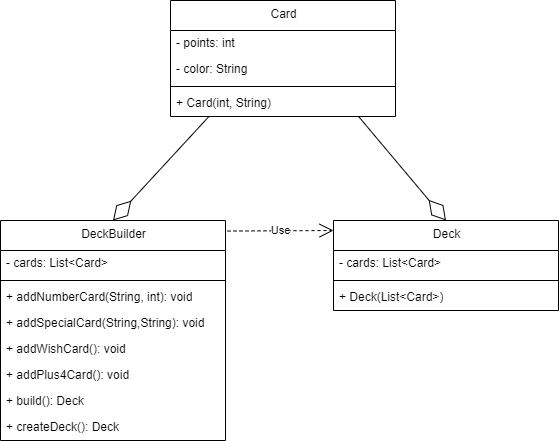
Earlier version of the draw.io export assets/BuilderMuster.drawio.png (willizielke/ASE-UnoGame). Source tidied: cells renumbered, new cells last; positions are measured from the earlier drawing's top-left corner, leaving out a move shared by most shapes.
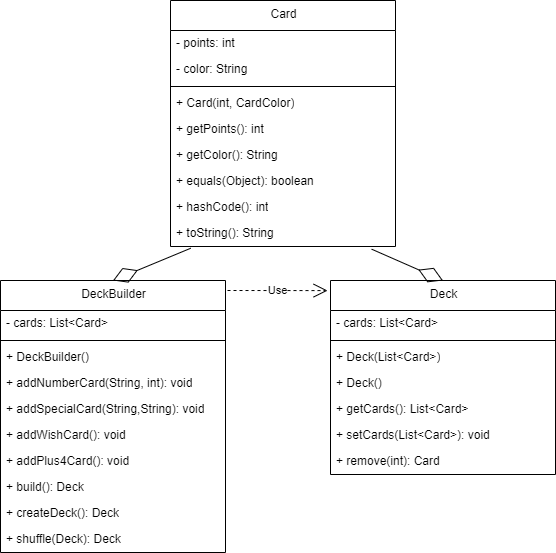
Later version of the same file.

Commit message:
Builder-uml

Change to the diagram source:
```diff
@@ -3,7 +3,7 @@
     <mxCell id="0" />
     <mxCell id="1" parent="0" />
     <mxCell id="2" value="DeckBuilder" style="swimlane;fontStyle=0;align=center;verticalAlign=top;horizontal=1;startSize=30;html=1;" parent="1" vertex="1">
-      <mxGeometry y="220" width="225" height="220" as="geometry" />
+      <mxGeometry x="70" y="210" width="225" height="272" as="geometry" />
     </mxCell>
     <mxCell id="3" value="- cards: List&amp;lt;Card&amp;gt;" style="text;html=1;strokeColor=none;fillColor=none;align=left;verticalAlign=middle;spacingLeft=4;spacingRight=4;overflow=hidden;" parent="2" vertex="1">
       <mxGeometry y="30" width="225" height="26" as="geometry" />
@@ -11,26 +11,32 @@
     <mxCell id="4" style="line;strokeWidth=1;fillColor=none;align=left;verticalAlign=middle;spacingTop=-1;spacingLeft=3;spacingRight=3;labelPosition=right;" parent="2" vertex="1">
       <mxGeometry y="56" width="225" height="8" as="geometry" />
     </mxCell>
+    <mxCell id="23" value="+ DeckBuilder()" style="text;html=1;strokeColor=none;fillColor=none;align=left;verticalAlign=middle;spacingLeft=4;spacingRight=4;overflow=hidden;" parent="2" vertex="1">
+      <mxGeometry y="64" width="225" height="26" as="geometry" />
+    </mxCell>
     <mxCell id="5" value="+ addNumberCard(String, int): void" style="text;html=1;strokeColor=none;fillColor=none;align=left;verticalAlign=middle;spacingLeft=4;spacingRight=4;overflow=hidden;" parent="2" vertex="1">
-      <mxGeometry y="64" width="225" height="26" as="geometry" />
+      <mxGeometry y="90" width="225" height="26" as="geometry" />
     </mxCell>
     <mxCell id="6" value="+ addSpecialCard(String,String): void" style="text;html=1;strokeColor=none;fillColor=none;align=left;verticalAlign=middle;spacingLeft=4;spacingRight=4;overflow=hidden;" parent="2" vertex="1">
-      <mxGeometry y="90" width="225" height="26" as="geometry" />
+      <mxGeometry y="116" width="225" height="26" as="geometry" />
     </mxCell>
     <mxCell id="7" value="+ addWishCard(): void" style="text;html=1;strokeColor=none;fillColor=none;align=left;verticalAlign=middle;spacingLeft=4;spacingRight=4;overflow=hidden;" parent="2" vertex="1">
-      <mxGeometry y="116" width="225" height="26" as="geometry" />
+      <mxGeometry y="142" width="225" height="26" as="geometry" />
     </mxCell>
     <mxCell id="8" value="+ addPlus4Card(): void" style="text;html=1;strokeColor=none;fillColor=none;align=left;verticalAlign=middle;spacingLeft=4;spacingRight=4;overflow=hidden;" parent="2" vertex="1">
-      <mxGeometry y="142" width="225" height="26" as="geometry" />
+      <mxGeometry y="168" width="225" height="26" as="geometry" />
     </mxCell>
     <mxCell id="9" value="+ build(): Deck" style="text;html=1;strokeColor=none;fillColor=none;align=left;verticalAlign=middle;spacingLeft=4;spacingRight=4;overflow=hidden;" parent="2" vertex="1">
-      <mxGeometry y="168" width="225" height="26" as="geometry" />
+      <mxGeometry y="194" width="225" height="26" as="geometry" />
     </mxCell>
     <mxCell id="10" value="+ createDeck(): Deck" style="text;html=1;strokeColor=none;fillColor=none;align=left;verticalAlign=middle;spacingLeft=4;spacingRight=4;overflow=hidden;" parent="2" vertex="1">
-      <mxGeometry y="194" width="225" height="26" as="geometry" />
+      <mxGeometry y="220" width="225" height="26" as="geometry" />
     </mxCell>
+    <mxCell id="24" value="+ shuffle(Deck): Deck" style="text;html=1;strokeColor=none;fillColor=none;align=left;verticalAlign=middle;spacingLeft=4;spacingRight=4;overflow=hidden;" parent="2" vertex="1">
+      <mxGeometry y="246" width="225" height="26" as="geometry" />
+    </mxCell>
     <mxCell id="11" value="Deck" style="swimlane;fontStyle=0;align=center;verticalAlign=top;horizontal=1;startSize=30;html=1;" parent="1" vertex="1">
-      <mxGeometry x="333" y="220" width="225" height="90" as="geometry" />
+      <mxGeometry x="400" y="210" width="225" height="194" as="geometry" />
     </mxCell>
     <mxCell id="12" value="- cards: List&amp;lt;Card&amp;gt;" style="text;html=1;strokeColor=none;fillColor=none;align=left;verticalAlign=middle;spacingLeft=4;spacingRight=4;overflow=hidden;" parent="11" vertex="1">
       <mxGeometry y="30" width="225" height="26" as="geometry" />
@@ -41,8 +47,20 @@
     <mxCell id="14" value="+ Deck(List&amp;lt;Card&amp;gt;)" style="text;html=1;strokeColor=none;fillColor=none;align=left;verticalAlign=middle;spacingLeft=4;spacingRight=4;overflow=hidden;" parent="11" vertex="1">
       <mxGeometry y="64" width="225" height="26" as="geometry" />
     </mxCell>
+    <mxCell id="25" value="+ Deck()" style="text;html=1;strokeColor=none;fillColor=none;align=left;verticalAlign=middle;spacingLeft=4;spacingRight=4;overflow=hidden;" parent="11" vertex="1">
+      <mxGeometry y="90" width="225" height="26" as="geometry" />
+    </mxCell>
+    <mxCell id="26" value="+ getCards(): List&amp;lt;Card&amp;gt;" style="text;html=1;strokeColor=none;fillColor=none;align=left;verticalAlign=middle;spacingLeft=4;spacingRight=4;overflow=hidden;" parent="11" vertex="1">
+      <mxGeometry y="116" width="225" height="26" as="geometry" />
+    </mxCell>
+    <mxCell id="27" value="+ setCards(List&amp;lt;Card&amp;gt;): void" style="text;html=1;strokeColor=none;fillColor=none;align=left;verticalAlign=middle;spacingLeft=4;spacingRight=4;overflow=hidden;" parent="11" vertex="1">
+      <mxGeometry y="142" width="225" height="26" as="geometry" />
+    </mxCell>
+    <mxCell id="28" value="+ remove(int): Card" style="text;html=1;strokeColor=none;fillColor=none;align=left;verticalAlign=middle;spacingLeft=4;spacingRight=4;overflow=hidden;" parent="11" vertex="1">
+      <mxGeometry y="168" width="225" height="26" as="geometry" />
+    </mxCell>
     <mxCell id="15" value="Card" style="swimlane;fontStyle=0;align=center;verticalAlign=top;horizontal=1;startSize=30;html=1;" parent="1" vertex="1">
-      <mxGeometry x="170" width="225" height="116" as="geometry" />
+      <mxGeometry x="240" y="-70" width="225" height="246" as="geometry" />
     </mxCell>
     <mxCell id="16" value="- points: int" style="text;html=1;strokeColor=none;fillColor=none;align=left;verticalAlign=middle;spacingLeft=4;spacingRight=4;overflow=hidden;" parent="15" vertex="1">
       <mxGeometry y="30" width="225" height="26" as="geometry" />
@@ -53,17 +71,34 @@
     <mxCell id="18" style="line;strokeWidth=1;fillColor=none;align=left;verticalAlign=middle;spacingTop=-1;spacingLeft=3;spacingRight=3;labelPosition=right;" parent="15" vertex="1">
       <mxGeometry y="82" width="225" height="8" as="geometry" />
     </mxCell>
-    <mxCell id="19" value="+ Card(int, String)" style="text;html=1;strokeColor=none;fillColor=none;align=left;verticalAlign=middle;spacingLeft=4;spacingRight=4;overflow=hidden;points=[[0,0.5],[1,0.5]];portConstraint=eastwest;" parent="15" vertex="1">
+    <mxCell id="19" value="+ Card(int, CardColor)" style="text;html=1;strokeColor=none;fillColor=none;align=left;verticalAlign=middle;spacingLeft=4;spacingRight=4;overflow=hidden;points=[[0,0.5],[1,0.5]];portConstraint=eastwest;" parent="15" vertex="1">
       <mxGeometry y="90" width="225" height="26" as="geometry" />
     </mxCell>
+    <mxCell id="29" value="+ getPoints(): int" style="text;html=1;strokeColor=none;fillColor=none;align=left;verticalAlign=middle;spacingLeft=4;spacingRight=4;overflow=hidden;" parent="15" vertex="1">
+      <mxGeometry y="116" width="225" height="26" as="geometry" />
+    </mxCell>
+    <mxCell id="30" value="+ getColor(): String" style="text;html=1;strokeColor=none;fillColor=none;align=left;verticalAlign=middle;spacingLeft=4;spacingRight=4;overflow=hidden;" parent="15" vertex="1">
+      <mxGeometry y="142" width="225" height="26" as="geometry" />
+    </mxCell>
+    <mxCell id="31" value="+ equals(Object): boolean" style="text;html=1;strokeColor=none;fillColor=none;align=left;verticalAlign=middle;spacingLeft=4;spacingRight=4;overflow=hidden;" parent="15" vertex="1">
+      <mxGeometry y="168" width="225" height="26" as="geometry" />
+    </mxCell>
+    <mxCell id="32" value="+ hashCode(): int" style="text;html=1;strokeColor=none;fillColor=none;align=left;verticalAlign=middle;spacingLeft=4;spacingRight=4;overflow=hidden;" parent="15" vertex="1">
+      <mxGeometry y="194" width="225" height="26" as="geometry" />
+    </mxCell>
+    <mxCell id="33" value="+ toString(): String" style="text;html=1;strokeColor=none;fillColor=none;align=left;verticalAlign=middle;spacingLeft=4;spacingRight=4;overflow=hidden;points=[[0,0.5],[1,0.5]];portConstraint=eastwest;" parent="15" vertex="1">
+      <mxGeometry y="220" width="225" height="26" as="geometry" />
+    </mxCell>
-    <mxCell id="20" style="endArrow=diamondThin;endFill=0;endSize=24;html=1;rounded=0;entryX=0.5;entryY=0;entryDx=0;entryDy=0;exitX=0.836;exitY=1.002;exitDx=0;exitDy=0;exitPerimeter=0;" parent="1" edge="1" source="19" target="11">
+    <mxCell id="20" style="endArrow=diamondThin;endFill=0;endSize=24;html=1;rounded=0;entryX=0.5;entryY=0;entryDx=0;entryDy=0;exitX=0.894;exitY=1.103;exitDx=0;exitDy=0;exitPerimeter=0;" parent="1" edge="1" source="33" target="11">
       <mxGeometry relative="1" as="geometry" />
     </mxCell>
-    <mxCell id="21" style="endArrow=diamondThin;endFill=0;endSize=24;html=1;rounded=0;exitX=0.169;exitY=1.016;exitDx=0;exitDy=0;exitPerimeter=0;entryX=0.5;entryY=0;entryDx=0;entryDy=0;" parent="1" edge="1" source="19" target="2">
+    <mxCell id="21" style="endArrow=diamondThin;endFill=0;endSize=24;html=1;rounded=0;entryX=0.5;entryY=0;entryDx=0;entryDy=0;exitX=0.09;exitY=1.067;exitDx=0;exitDy=0;exitPerimeter=0;" parent="1" edge="1" source="33" target="2">
       <mxGeometry relative="1" as="geometry" />
     </mxCell>
-    <mxCell id="22" value="Use" style="endArrow=open;endSize=12;dashed=1;html=1;rounded=0;entryX=0;entryY=0.111;entryDx=0;entryDy=0;entryPerimeter=0;exitX=1.009;exitY=0.048;exitDx=0;exitDy=0;exitPerimeter=0;" parent="1" edge="1" source="2" target="11">
-      <mxGeometry relative="1" as="geometry" />
+    <mxCell id="22" value="Use" style="endArrow=open;endSize=12;dashed=1;html=1;rounded=0;entryX=-0.013;entryY=0.052;entryDx=0;entryDy=0;entryPerimeter=0;" parent="1" edge="1" target="11">
+      <mxGeometry relative="1" as="geometry">
+        <mxPoint x="297" y="220" as="sourcePoint" />
+      </mxGeometry>
     </mxCell>
   </root>
 </mxGraphModel>
```
